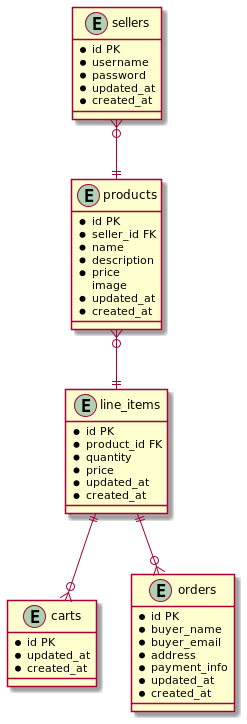
Before: depot/docs/er_digram.png, a diagram exported from PlantUML (swayongshen/Depot).
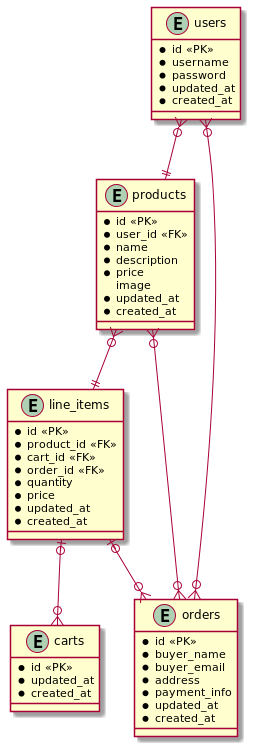
The same file after the commit.

The edit, as a diff of the source:
```diff
@@ -1,7 +1,7 @@
 @startuml
 
-entity sellers {
-    * id PK
+entity users {
+    * id <<PK>>
     * username
     * password
     * updated_at
@@ -9,8 +9,8 @@
 }
 
 entity products {
-    * id PK
-    * seller_id FK
+    * id <<PK>>
+    * user_id <<FK>>
     * name
     * description
     * price
@@ -20,8 +20,10 @@
 }
 
 entity line_items {
-    * id PK
-    * product_id FK
+    * id <<PK>>
+    * product_id <<FK>>
+    * cart_id <<FK>>
+    * order_id <<FK>>
     * quantity
     * price
     * updated_at
@@ -29,13 +31,13 @@
 }
 
 entity carts {
-    * id PK
+    * id <<PK>>
     * updated_at
     * created_at
 }
 
 entity orders {
-    * id PK
+    * id <<PK>>
     * buyer_name
     * buyer_email
     * address
@@ -44,10 +46,13 @@
     * created_at
 }
 
-sellers }o--|| products
+users }o--|| products
 products }o--|| line_items
-line_items ||--o{ carts
-line_items ||--o{ orders
+line_items |o--o{ carts
+line_items |o--o{ orders
+orders }o--o{ users
+orders }o--o{ products
+
 
 
 
```
